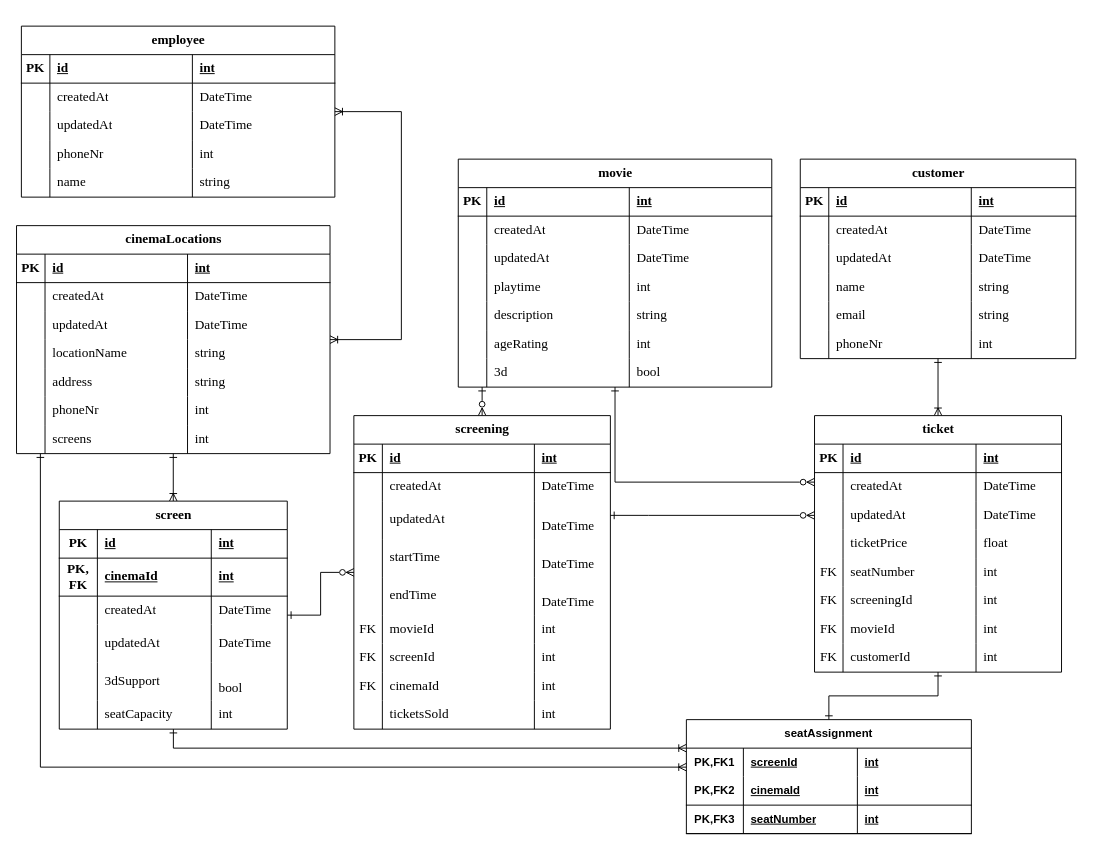
Above: database-design.drawio in boolean-uk/database-design (draw.io), before the change. Source tidied: cells renumbered, new cells numbered last; positions are measured from the earlier drawing's top-left corner, leaving out a move shared by most shapes. Both pictures are drawn from the tidied source at 95%, with x=0, y=0 at pixel (16, 26).
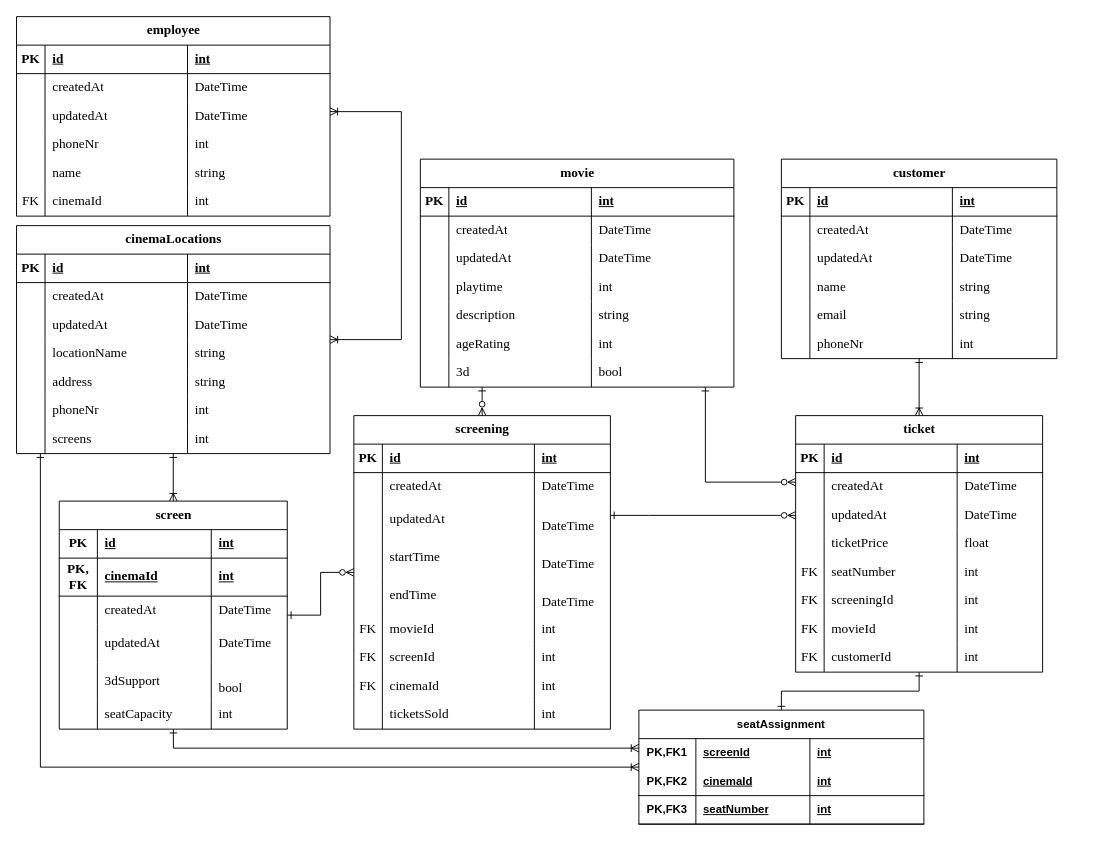
The same page after the edit.

The edit, as a diff of the source:
```diff
@@
     <mxCell id="67" value="movie" style="shape=table;startSize=30;childLayout=tableLayout;rowLines=0;fontStyle=1;align=center;html=1;fontFamily=Garamond;fontSize=14;" parent="1" vertex="1">
-      <mxGeometry x="464.9" y="140" width="330" height="240" as="geometry" />
+      <mxGeometry x="425" y="140" width="330" height="240" as="geometry" />
     </mxCell>
@@
     <mxCell id="126" value="customer" style="shape=table;startSize=30;childLayout=tableLayout;rowLines=0;fontStyle=1;align=center;html=1;fontFamily=Garamond;fontSize=14;" parent="1" vertex="1">
-      <mxGeometry x="824.9" y="140" width="290" height="210" as="geometry" />
+      <mxGeometry x="805" y="140" width="290" height="210" as="geometry" />
     </mxCell>
@@
     <mxCell id="152" value="employee" style="shape=table;startSize=30;childLayout=tableLayout;rowLines=0;fontStyle=1;align=center;html=1;fontFamily=Garamond;fontSize=14;" parent="1" vertex="1">
-      <mxGeometry x="5" width="330" height="180" as="geometry" />
+      <mxGeometry x="-0.1" y="-10" width="330" height="210" as="geometry" />
     </mxCell>
@@
+    <mxCell id="224" style="shape=tableRow;horizontal=0;startSize=0;swimlaneHead=0;swimlaneBody=0;fillColor=none;top=0;left=0;right=0;bottom=0;fontFamily=Garamond;fontSize=14;" parent="152" vertex="1">
+      <mxGeometry y="180" width="330" height="30" as="geometry" />
+    </mxCell>
+    <mxCell id="225" value="FK" style="shape=partialRectangle;fillColor=none;top=0;left=0;bottom=0;right=0;overflow=hidden;whiteSpace=wrap;html=1;fontFamily=Garamond;fontSize=14;" parent="224" vertex="1">
+      <mxGeometry width="30" height="30" as="geometry" />
+    </mxCell>
+    <mxCell id="226" value="cinemaId" style="shape=partialRectangle;fillColor=none;top=0;left=0;bottom=0;right=0;align=left;spacingLeft=6;overflow=hidden;whiteSpace=wrap;html=1;fontFamily=Garamond;fontSize=14;" parent="224" vertex="1">
+      <mxGeometry x="30" width="150" height="30" as="geometry" />
+    </mxCell>
+    <mxCell id="227" value="int" style="shape=partialRectangle;fillColor=none;top=0;left=0;bottom=0;right=0;align=left;spacingLeft=6;overflow=hidden;whiteSpace=wrap;html=1;fontFamily=Garamond;fontSize=14;" parent="224" vertex="1">
+      <mxGeometry x="180" width="150" height="30" as="geometry" />
+    </mxCell>
     <mxCell id="173" style="edgeStyle=orthogonalEdgeStyle;rounded=0;jettySize=auto;html=1;endArrow=ERone;endFill=0;startArrow=ERzeroToMany;startFill=0;fontFamily=Garamond;fontSize=14;" parent="1" edge="1" source="176" target="67">
       <mxGeometry relative="1" as="geometry">
         <Array as="points">
-          <mxPoint x="629.9" y="480" />
+          <mxPoint x="725" y="480" />
         </Array>
       </mxGeometry>
     </mxCell>
@@
     <mxCell id="176" value="ticket" style="shape=table;startSize=30;childLayout=tableLayout;rowLines=0;fontStyle=1;align=center;html=1;fontFamily=Garamond;fontSize=14;" parent="1" vertex="1">
-      <mxGeometry x="839.9" y="410" width="260" height="270" as="geometry" />
+      <mxGeometry x="820" y="410" width="260" height="270" as="geometry" />
     </mxCell>
@@
     <mxCell id="210" value="seatAssignment" style="shape=table;startSize=30;childLayout=tableLayout;rowLines=0;fontStyle=1;align=center;html=1;whiteSpace=wrap;" parent="1" vertex="1">
-      <mxGeometry x="705" y="730" width="300" height="120" as="geometry" />
+      <mxGeometry x="655" y="720" width="300" height="120" as="geometry" />
     </mxCell>
```
